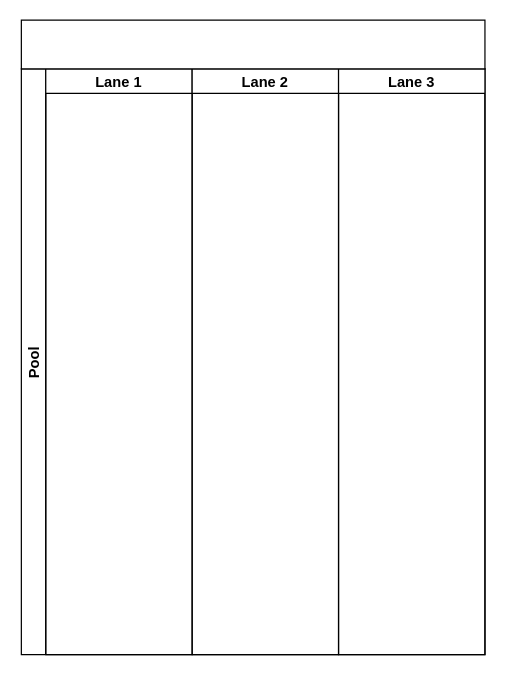
The draw.io diagram activity diagram.drawio in farrasrayhand/Tugas-Kuliah, before the edit. Source tidied: cells renumbered, new cells numbered last; positions are measured from the earlier drawing's top-left corner, leaving out a move shared by most shapes. Both pictures are drawn from the tidied source at 122%, with x=0, y=0 at pixel (21, 20).
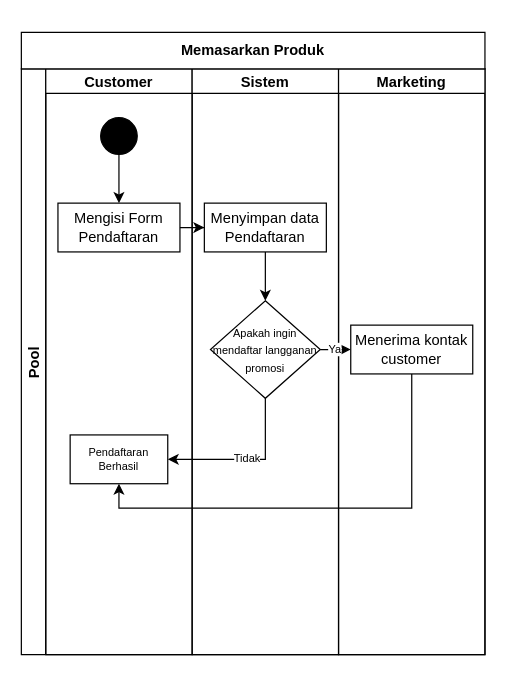
After the change.

The change refers to these unchanged cells:
```xml
<mxCell id="2" value="Pool" style="swimlane;startSize=20;horizontal=0;" parent="1" vertex="1">
  <mxGeometry y="40" width="380" height="480" as="geometry" />
</mxCell>
```

What changed in the source:
```diff
@@
-    <mxCell id="3" value="Lane 1" style="swimlane;startSize=20;" parent="2" vertex="1">
+    <mxCell id="3" value="Customer" style="swimlane;startSize=20;" parent="2" vertex="1">
       <mxGeometry x="20" width="120" height="480" as="geometry" />
     </mxCell>
+    <mxCell id="9" style="edgeStyle=orthogonalEdgeStyle;rounded=0;jettySize=auto;html=1;entryX=0.5;entryY=0;entryDx=0;entryDy=0;" parent="3" edge="1" source="10" target="11">
+      <mxGeometry relative="1" as="geometry" />
+    </mxCell>
+    <mxCell id="10" style="ellipse;whiteSpace=wrap;html=1;fillColor=#000000;" parent="3" vertex="1">
+      <mxGeometry x="45" y="40" width="30" height="30" as="geometry" />
+    </mxCell>
+    <mxCell id="11" value="Mengisi Form Pendaftaran" style="rounded=0;whiteSpace=wrap;html=1;fillColor=#FFFFFF;" parent="3" vertex="1">
+      <mxGeometry x="10" y="110" width="100" height="40" as="geometry" />
+    </mxCell>
+    <mxCell id="12" value="Pendaftaran Berhasil" style="rounded=0;whiteSpace=wrap;html=1;fontSize=9;fillColor=#FFFFFF;" parent="3" vertex="1">
+      <mxGeometry x="20" y="300" width="80" height="40" as="geometry" />
+    </mxCell>
-    <mxCell id="4" value="Lane 2" style="swimlane;startSize=20;" parent="2" vertex="1">
+    <mxCell id="4" value="Sistem" style="swimlane;startSize=20;" parent="2" vertex="1">
       <mxGeometry x="140" width="120" height="480" as="geometry" />
     </mxCell>
+    <mxCell id="13" style="edgeStyle=orthogonalEdgeStyle;rounded=0;jettySize=auto;html=1;entryX=0.5;entryY=0;entryDx=0;entryDy=0;fontSize=9;" parent="4" edge="1" source="14" target="15">
+      <mxGeometry relative="1" as="geometry" />
+    </mxCell>
+    <mxCell id="14" value="Menyimpan data Pendaftaran" style="rounded=0;whiteSpace=wrap;html=1;fillColor=#FFFFFF;" parent="4" vertex="1">
+      <mxGeometry x="10" y="110" width="100" height="40" as="geometry" />
+    </mxCell>
+    <mxCell id="15" value="&lt;font style=&quot;font-size: 9px&quot;&gt;Apakah ingin mendaftar langganan promosi&lt;/font&gt;" style="rhombus;whiteSpace=wrap;html=1;fillColor=#FFFFFF;" parent="4" vertex="1">
+      <mxGeometry x="15" y="190" width="90" height="80" as="geometry" />
+    </mxCell>
-    <mxCell id="5" value="Lane 3" style="swimlane;startSize=20;" parent="2" vertex="1">
+    <mxCell id="5" value="Marketing" style="swimlane;startSize=20;" parent="2" vertex="1">
       <mxGeometry x="260" width="120" height="480" as="geometry" />
     </mxCell>
+    <mxCell id="16" value="Menerima kontak customer" style="rounded=0;whiteSpace=wrap;html=1;fillColor=#FFFFFF;" parent="5" vertex="1">
+      <mxGeometry x="10" y="210" width="100" height="40" as="geometry" />
+    </mxCell>
+    <mxCell id="17" style="edgeStyle=orthogonalEdgeStyle;rounded=0;jettySize=auto;html=1;entryX=0;entryY=0.5;entryDx=0;entryDy=0;" parent="2" edge="1" source="11" target="14">
+      <mxGeometry relative="1" as="geometry" />
+    </mxCell>
+    <mxCell id="18" value="Ya" style="edgeStyle=orthogonalEdgeStyle;rounded=0;jettySize=auto;html=1;fontSize=9;" parent="2" edge="1" source="15" target="16">
+      <mxGeometry relative="1" as="geometry" />
+    </mxCell>
+    <mxCell id="19" value="Tidak" style="edgeStyle=orthogonalEdgeStyle;rounded=0;jettySize=auto;html=1;entryX=1;entryY=0.5;entryDx=0;entryDy=0;fontSize=9;" parent="2" edge="1" source="15" target="12">
+      <mxGeometry relative="1" as="geometry">
+        <Array as="points">
+          <mxPoint x="200" y="320" />
+        </Array>
+      </mxGeometry>
+    </mxCell>
+    <mxCell id="20" style="edgeStyle=orthogonalEdgeStyle;rounded=0;jettySize=auto;html=1;entryX=0.5;entryY=1;entryDx=0;entryDy=0;fontSize=9;" parent="2" edge="1" source="16" target="12">
+      <mxGeometry relative="1" as="geometry">
+        <Array as="points">
+          <mxPoint x="320" y="360" />
+          <mxPoint x="80" y="360" />
+        </Array>
+      </mxGeometry>
+    </mxCell>
-    <mxCell id="6" style="shape=table;startSize=0;childLayout=tableLayout;" parent="1" vertex="1">
-      <mxGeometry width="380" height="40" as="geometry" />
+    <mxCell id="6" style="shape=table;startSize=0;childLayout=tableLayout;fontStyle=1;" parent="1" vertex="1">
+      <mxGeometry y="10" width="380" height="30" as="geometry" />
     </mxCell>
     <mxCell id="7" style="shape=partialRectangle;fillColor=none;top=0;left=0;bottom=0;right=0;" parent="6" vertex="1">
-      <mxGeometry width="380" height="40" as="geometry" />
+      <mxGeometry width="380" height="30" as="geometry" />
     </mxCell>
-    <mxCell id="8" style="shape=partialRectangle;html=1;whiteSpace=wrap;overflow=hidden;fillColor=none;top=0;left=0;bottom=0;right=0;" parent="7" vertex="1">
-      <mxGeometry width="380" height="40" as="geometry" />
+    <mxCell id="8" value="&lt;b&gt;Memasarkan Produk&lt;/b&gt;" style="shape=partialRectangle;html=1;whiteSpace=wrap;overflow=hidden;fillColor=none;top=0;left=0;bottom=0;right=0;" parent="7" vertex="1">
+      <mxGeometry width="380" height="30" as="geometry" />
     </mxCell>
```
